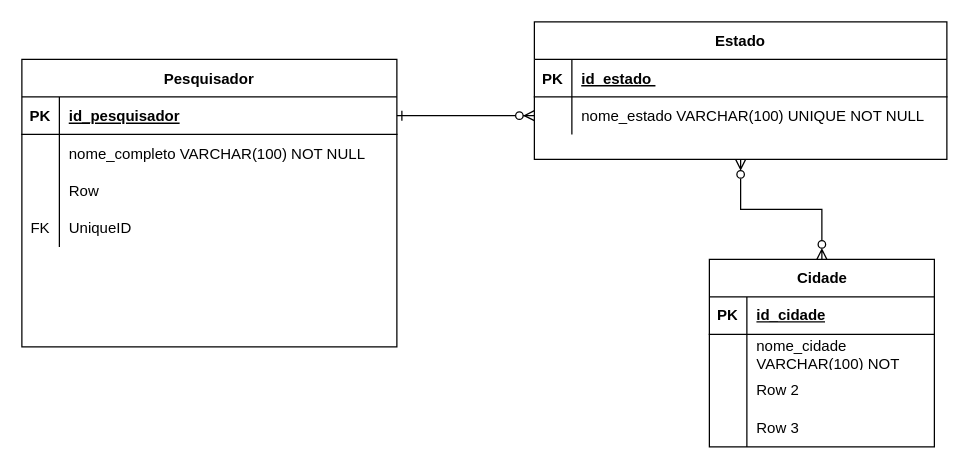
hugo-loiola12/Banco-de-Dados keeps this draw.io diagram as Trabalho/Diagrama sem nome.drawio. Above is the earlier version. Source tidied: cells renumbered, new cells numbered last; positions are measured from the earlier drawing's top-left corner, leaving out a move shared by most shapes. Both pictures are drawn from the tidied source at 125%, with x=0, y=0 at pixel (21, 21).
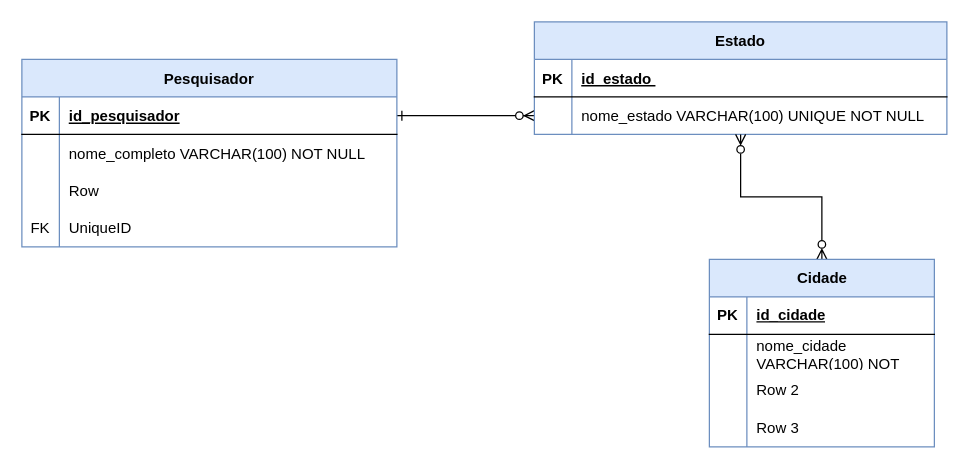
After the change.

Diff of the diagram source:
```diff
@@
-    <mxCell id="3" value="Estado" style="shape=table;startSize=30;childLayout=tableLayout;rowLines=0;fontStyle=1;align=center;" parent="1" vertex="1">
-      <mxGeometry x="410" width="330" height="110" as="geometry" />
+    <mxCell id="3" value="Estado" style="shape=table;startSize=30;childLayout=tableLayout;rowLines=0;fontStyle=1;align=center;fillColor=#dae8fc;strokeColor=#6c8ebf;" parent="1" vertex="1">
+      <mxGeometry x="410" width="330" height="90" as="geometry" />
     </mxCell>
@@
-    <mxCell id="10" value="Pesquisador" style="shape=table;startSize=30;childLayout=tableLayout;rowLines=0;fontStyle=1;align=center;" parent="1" vertex="1">
-      <mxGeometry y="30" width="300" height="230" as="geometry" />
+    <mxCell id="10" value="Pesquisador" style="shape=table;startSize=30;childLayout=tableLayout;rowLines=0;fontStyle=1;align=center;fillColor=#dae8fc;strokeColor=#6c8ebf;" parent="1" vertex="1">
+      <mxGeometry y="30" width="300" height="150" as="geometry" />
     </mxCell>
@@
-    <mxCell id="24" value="Cidade" style="shape=table;startSize=30;childLayout=tableLayout;rowLines=0;fontStyle=1;align=center;html=1;" parent="1" vertex="1">
+    <mxCell id="24" value="Cidade" style="shape=table;startSize=30;childLayout=tableLayout;rowLines=0;fontStyle=1;align=center;html=1;fillColor=#dae8fc;strokeColor=#6c8ebf;" parent="1" vertex="1">
       <mxGeometry x="550" y="190" width="180" height="150" as="geometry" />
     </mxCell>
```
